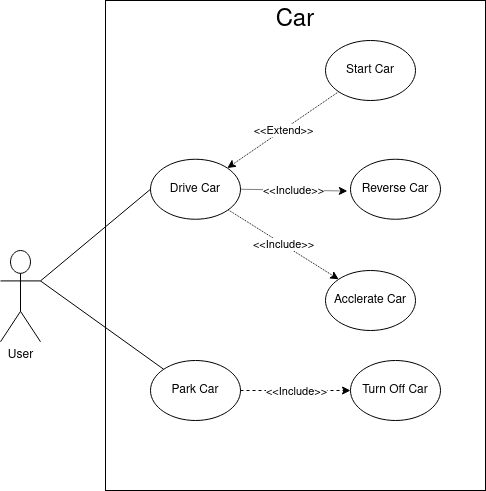
The draw.io diagram docs/User Case Diagram (Rev 2).png in MatthewYung0/volvo-boot-camp-2022-smokey-lab, before a commit. Source tidied: cells renumbered, new cells last; positions are measured from the earlier drawing's top-left corner, leaving out a move shared by most shapes. Source of this version:
```xml
<mxGraphModel>
  <root>
    <mxCell id="0" />
    <mxCell id="1" parent="0" />
    <mxCell id="2" style="rounded=0;whiteSpace=wrap;html=1;" parent="1" vertex="1">
      <mxGeometry x="105" width="380" height="490" as="geometry" />
    </mxCell>
    <mxCell id="3" value="&lt;font style=&quot;font-size: 24px&quot;&gt;Car&lt;/font&gt;" style="text;html=1;strokeColor=none;fillColor=none;align=center;verticalAlign=middle;whiteSpace=wrap;rounded=0;fontSize=12;" parent="1" vertex="1">
      <mxGeometry x="255" width="80" height="40" as="geometry" />
    </mxCell>
    <mxCell id="4" value="&lt;div&gt;User&lt;/div&gt;" style="shape=umlActor;verticalLabelPosition=bottom;verticalAlign=top;html=1;outlineConnect=0;fontSize=12;" parent="1" vertex="1">
      <mxGeometry y="250" width="40" height="91.2" as="geometry" />
    </mxCell>
    <mxCell id="5" value="&lt;font style=&quot;font-size: 12px&quot;&gt;Start Car&lt;br&gt;&lt;/font&gt;" style="ellipse;whiteSpace=wrap;html=1;" parent="1" vertex="1">
      <mxGeometry x="325" y="40" width="90" height="60" as="geometry" />
    </mxCell>
    <mxCell id="6" value="&lt;font style=&quot;font-size: 12px&quot;&gt;Reverse Car&lt;br&gt;&lt;/font&gt;" style="ellipse;whiteSpace=wrap;html=1;" parent="1" vertex="1">
      <mxGeometry x="350" y="158.8" width="90" height="60" as="geometry" />
    </mxCell>
    <mxCell id="7" value="&lt;font style=&quot;font-size: 12px&quot;&gt;Acclerate Car&lt;br&gt;&lt;/font&gt;" style="ellipse;whiteSpace=wrap;html=1;" parent="1" vertex="1">
      <mxGeometry x="325" y="270" width="90" height="60" as="geometry" />
    </mxCell>
    <mxCell id="8" value="&lt;font style=&quot;font-size: 12px&quot;&gt;Turn Off Car&lt;br&gt;&lt;/font&gt;" style="ellipse;whiteSpace=wrap;html=1;" parent="1" vertex="1">
      <mxGeometry x="350" y="360" width="90" height="60" as="geometry" />
    </mxCell>
    <mxCell id="9" style="endArrow=none;html=1;rounded=0;fontSize=24;entryX=0;entryY=0.5;entryDx=0;entryDy=0;exitX=1;exitY=0.3333333333333333;exitDx=0;exitDy=0;exitPerimeter=0;" parent="1" edge="1" source="4" target="11">
      <mxGeometry relative="1" as="geometry" />
    </mxCell>
    <mxCell id="10" value="&lt;div&gt;Park Car&lt;/div&gt;" style="ellipse;whiteSpace=wrap;html=1;" parent="1" vertex="1">
      <mxGeometry x="150" y="360" width="90" height="60" as="geometry" />
    </mxCell>
    <mxCell id="11" value="&lt;font style=&quot;font-size: 12px&quot;&gt;Drive Car&lt;br&gt;&lt;/font&gt;" style="ellipse;whiteSpace=wrap;html=1;" parent="1" vertex="1">
      <mxGeometry x="150" y="158.8" width="90" height="60" as="geometry" />
    </mxCell>
    <mxCell id="12" style="endArrow=classic;html=1;rounded=0;exitX=0;exitY=1;exitDx=0;exitDy=0;entryX=1;entryY=0;entryDx=0;entryDy=0;dashed=1;dashPattern=1 1;" parent="1" edge="1" source="5" target="11">
      <mxGeometry relative="1" as="geometry" />
    </mxCell>
    <mxCell id="13" value="&amp;lt;&amp;lt;Extend&amp;gt;&amp;gt;" style="edgeLabel;html=1;align=center;verticalAlign=middle;" parent="12" vertex="1">
      <mxGeometry relative="1" as="geometry" />
    </mxCell>
    <mxCell id="14" style="endArrow=classic;html=1;rounded=0;entryX=-0.035;entryY=0.53;entryDx=0;entryDy=0;dashed=1;dashPattern=1 1;entryPerimeter=0;exitX=1;exitY=0.5;exitDx=0;exitDy=0;" parent="1" edge="1" source="11" target="6">
      <mxGeometry relative="1" as="geometry" />
    </mxCell>
    <mxCell id="15" value="&amp;lt;&amp;lt;Include&amp;gt;&amp;gt;" style="edgeLabel;html=1;align=center;verticalAlign=middle;" parent="14" vertex="1">
      <mxGeometry relative="1" as="geometry" />
    </mxCell>
    <mxCell id="16" style="endArrow=classic;html=1;rounded=0;entryX=0;entryY=0;entryDx=0;entryDy=0;dashed=1;dashPattern=1 1;" parent="1" edge="1" source="11" target="7">
      <mxGeometry relative="1" as="geometry" />
    </mxCell>
    <mxCell id="17" value="&amp;lt;&amp;lt;Include&amp;gt;&amp;gt;" style="edgeLabel;html=1;align=center;verticalAlign=middle;" parent="16" vertex="1">
      <mxGeometry relative="1" as="geometry" />
    </mxCell>
    <mxCell id="18" style="endArrow=none;html=1;rounded=0;exitX=1;exitY=0.3333333333333333;exitDx=0;exitDy=0;exitPerimeter=0;entryX=0;entryY=0;entryDx=0;entryDy=0;" parent="1" edge="1" source="4" target="10">
      <mxGeometry relative="1" as="geometry" />
    </mxCell>
    <mxCell id="19" style="endArrow=classic;html=1;rounded=0;exitX=1;exitY=0.5;exitDx=0;exitDy=0;entryX=0;entryY=0.5;entryDx=0;entryDy=0;dashed=1;" parent="1" edge="1" source="10" target="8">
      <mxGeometry relative="1" as="geometry" />
    </mxCell>
    <mxCell id="20" value="&amp;lt;&amp;lt;Include&amp;gt;&amp;gt;" style="edgeLabel;html=1;align=center;verticalAlign=middle;" parent="19" vertex="1">
      <mxGeometry relative="1" as="geometry" />
    </mxCell>
  </root>
</mxGraphModel>
```
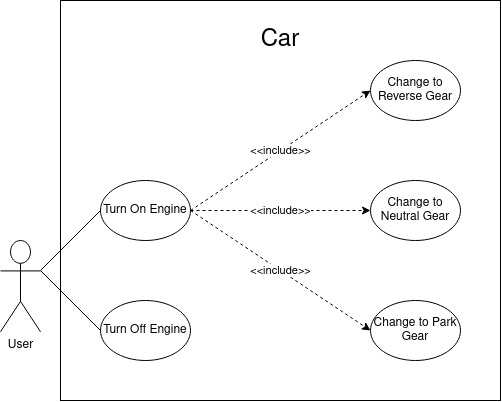
Above is the later version.

The edit, as a diff of the source:
```diff
@@ -3,61 +3,47 @@
     <mxCell id="0" />
     <mxCell id="1" parent="0" />
     <mxCell id="2" style="rounded=0;whiteSpace=wrap;html=1;" parent="1" vertex="1">
-      <mxGeometry x="105" width="380" height="490" as="geometry" />
+      <mxGeometry x="92" y="-30" width="440" height="400" as="geometry" />
     </mxCell>
     <mxCell id="3" value="&lt;font style=&quot;font-size: 24px&quot;&gt;Car&lt;/font&gt;" style="text;html=1;strokeColor=none;fillColor=none;align=center;verticalAlign=middle;whiteSpace=wrap;rounded=0;fontSize=12;" parent="1" vertex="1">
-      <mxGeometry x="255" width="80" height="40" as="geometry" />
+      <mxGeometry x="272" y="-10" width="80" height="40" as="geometry" />
     </mxCell>
     <mxCell id="4" value="&lt;div&gt;User&lt;/div&gt;" style="shape=umlActor;verticalLabelPosition=bottom;verticalAlign=top;html=1;outlineConnect=0;fontSize=12;" parent="1" vertex="1">
-      <mxGeometry y="250" width="40" height="91.2" as="geometry" />
+      <mxGeometry x="32" y="210" width="40" height="91.2" as="geometry" />
     </mxCell>
-    <mxCell id="5" value="&lt;font style=&quot;font-size: 12px&quot;&gt;Start Car&lt;br&gt;&lt;/font&gt;" style="ellipse;whiteSpace=wrap;html=1;" parent="1" vertex="1">
-      <mxGeometry x="325" y="40" width="90" height="60" as="geometry" />
-    </mxCell>
-    <mxCell id="6" value="&lt;font style=&quot;font-size: 12px&quot;&gt;Reverse Car&lt;br&gt;&lt;/font&gt;" style="ellipse;whiteSpace=wrap;html=1;" parent="1" vertex="1">
-      <mxGeometry x="350" y="158.8" width="90" height="60" as="geometry" />
+    <mxCell id="6" value="Change to Reverse Gear" style="ellipse;whiteSpace=wrap;html=1;" parent="1" vertex="1">
+      <mxGeometry x="402" y="30" width="90" height="60" as="geometry" />
     </mxCell>
-    <mxCell id="7" value="&lt;font style=&quot;font-size: 12px&quot;&gt;Acclerate Car&lt;br&gt;&lt;/font&gt;" style="ellipse;whiteSpace=wrap;html=1;" parent="1" vertex="1">
-      <mxGeometry x="325" y="270" width="90" height="60" as="geometry" />
-    </mxCell>
-    <mxCell id="8" value="&lt;font style=&quot;font-size: 12px&quot;&gt;Turn Off Car&lt;br&gt;&lt;/font&gt;" style="ellipse;whiteSpace=wrap;html=1;" parent="1" vertex="1">
-      <mxGeometry x="350" y="360" width="90" height="60" as="geometry" />
+    <mxCell id="8" value="Turn Off Engine" style="ellipse;whiteSpace=wrap;html=1;" parent="1" vertex="1">
+      <mxGeometry x="132" y="270" width="90" height="60" as="geometry" />
     </mxCell>
-    <mxCell id="9" style="endArrow=none;html=1;rounded=0;fontSize=24;entryX=0;entryY=0.5;entryDx=0;entryDy=0;exitX=1;exitY=0.3333333333333333;exitDx=0;exitDy=0;exitPerimeter=0;" parent="1" edge="1" source="4" target="11">
-      <mxGeometry relative="1" as="geometry" />
-    </mxCell>
-    <mxCell id="10" value="&lt;div&gt;Park Car&lt;/div&gt;" style="ellipse;whiteSpace=wrap;html=1;" parent="1" vertex="1">
-      <mxGeometry x="150" y="360" width="90" height="60" as="geometry" />
+    <mxCell id="10" value="Change to Park Gear" style="ellipse;whiteSpace=wrap;html=1;" parent="1" vertex="1">
+      <mxGeometry x="402" y="270" width="90" height="60" as="geometry" />
     </mxCell>
-    <mxCell id="11" value="&lt;font style=&quot;font-size: 12px&quot;&gt;Drive Car&lt;br&gt;&lt;/font&gt;" style="ellipse;whiteSpace=wrap;html=1;" parent="1" vertex="1">
-      <mxGeometry x="150" y="158.8" width="90" height="60" as="geometry" />
+    <mxCell id="11" value="Change to Neutral Gear" style="ellipse;whiteSpace=wrap;html=1;" parent="1" vertex="1">
+      <mxGeometry x="402" y="150" width="90" height="60" as="geometry" />
     </mxCell>
-    <mxCell id="12" style="endArrow=classic;html=1;rounded=0;exitX=0;exitY=1;exitDx=0;exitDy=0;entryX=1;entryY=0;entryDx=0;entryDy=0;dashed=1;dashPattern=1 1;" parent="1" edge="1" source="5" target="11">
-      <mxGeometry relative="1" as="geometry" />
-    </mxCell>
-    <mxCell id="13" value="&amp;lt;&amp;lt;Extend&amp;gt;&amp;gt;" style="edgeLabel;html=1;align=center;verticalAlign=middle;" parent="12" vertex="1">
-      <mxGeometry relative="1" as="geometry" />
-    </mxCell>
-    <mxCell id="14" style="endArrow=classic;html=1;rounded=0;entryX=-0.035;entryY=0.53;entryDx=0;entryDy=0;dashed=1;dashPattern=1 1;entryPerimeter=0;exitX=1;exitY=0.5;exitDx=0;exitDy=0;" parent="1" edge="1" source="11" target="6">
-      <mxGeometry relative="1" as="geometry" />
-    </mxCell>
-    <mxCell id="15" value="&amp;lt;&amp;lt;Include&amp;gt;&amp;gt;" style="edgeLabel;html=1;align=center;verticalAlign=middle;" parent="14" vertex="1">
-      <mxGeometry relative="1" as="geometry" />
-    </mxCell>
-    <mxCell id="16" style="endArrow=classic;html=1;rounded=0;entryX=0;entryY=0;entryDx=0;entryDy=0;dashed=1;dashPattern=1 1;" parent="1" edge="1" source="11" target="7">
-      <mxGeometry relative="1" as="geometry" />
-    </mxCell>
-    <mxCell id="17" value="&amp;lt;&amp;lt;Include&amp;gt;&amp;gt;" style="edgeLabel;html=1;align=center;verticalAlign=middle;" parent="16" vertex="1">
-      <mxGeometry relative="1" as="geometry" />
-    </mxCell>
-    <mxCell id="18" style="endArrow=none;html=1;rounded=0;exitX=1;exitY=0.3333333333333333;exitDx=0;exitDy=0;exitPerimeter=0;entryX=0;entryY=0;entryDx=0;entryDy=0;" parent="1" edge="1" source="4" target="10">
-      <mxGeometry relative="1" as="geometry" />
-    </mxCell>
-    <mxCell id="19" style="endArrow=classic;html=1;rounded=0;exitX=1;exitY=0.5;exitDx=0;exitDy=0;entryX=0;entryY=0.5;entryDx=0;entryDy=0;dashed=1;" parent="1" edge="1" source="10" target="8">
-      <mxGeometry relative="1" as="geometry" />
-    </mxCell>
-    <mxCell id="20" value="&amp;lt;&amp;lt;Include&amp;gt;&amp;gt;" style="edgeLabel;html=1;align=center;verticalAlign=middle;" parent="19" vertex="1">
-      <mxGeometry relative="1" as="geometry" />
-    </mxCell>
+    <mxCell id="21" value="Turn On Engine" style="ellipse;whiteSpace=wrap;html=1;" parent="1" vertex="1">
+      <mxGeometry x="132" y="150" width="90" height="60" as="geometry" />
+    </mxCell>
+    <mxCell id="22" value="&amp;lt;&amp;lt;include&amp;gt;&amp;gt;" style="endArrow=classic;html=1;rounded=0;exitX=1;exitY=0.5;exitDx=0;exitDy=0;entryX=0;entryY=0.5;entryDx=0;entryDy=0;dashed=1;" parent="1" edge="1" source="21" target="10">
+      <mxGeometry relative="1" as="geometry" />
+    </mxCell>
+    <mxCell id="23" value="&amp;lt;&amp;lt;include&amp;gt;&amp;gt;" style="endArrow=classic;html=1;rounded=0;exitX=1;exitY=0.5;exitDx=0;exitDy=0;entryX=0;entryY=0.5;entryDx=0;entryDy=0;dashed=1;" parent="1" edge="1" source="21" target="11">
+      <mxGeometry relative="1" as="geometry" />
+    </mxCell>
+    <mxCell id="24" value="&amp;lt;&amp;lt;include&amp;gt;&amp;gt;" style="endArrow=classic;html=1;rounded=0;exitX=1;exitY=0.5;exitDx=0;exitDy=0;entryX=0;entryY=0.5;entryDx=0;entryDy=0;dashed=1;" parent="1" edge="1" source="21" target="6">
+      <mxGeometry relative="1" as="geometry" />
+    </mxCell>
+    <mxCell id="25" style="endArrow=none;html=1;rounded=0;entryX=0;entryY=0.5;entryDx=0;entryDy=0;" parent="1" edge="1" target="21">
+      <mxGeometry relative="1" as="geometry">
+        <mxPoint x="72" y="240" as="sourcePoint" />
+      </mxGeometry>
+    </mxCell>
+    <mxCell id="26" style="endArrow=none;html=1;rounded=0;entryX=0;entryY=0.5;entryDx=0;entryDy=0;" parent="1" edge="1" target="8">
+      <mxGeometry relative="1" as="geometry">
+        <mxPoint x="72" y="240" as="sourcePoint" />
+      </mxGeometry>
+    </mxCell>
   </root>
 </mxGraphModel>
```
